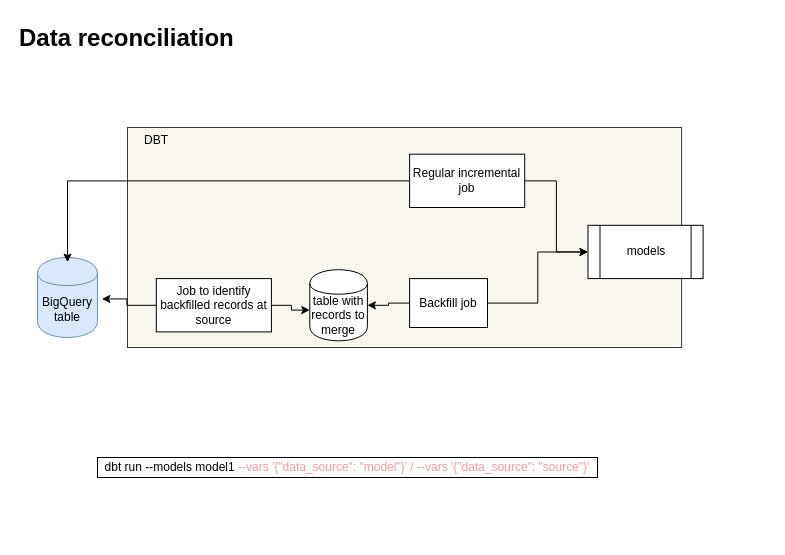
geoka/playground keeps this draw.io diagram as Data reconciliation.drawio. Above is the earlier version. Source tidied: cells renumbered, new cells numbered last; positions are measured from the earlier drawing's top-left corner, leaving out a move shared by most shapes. Both pictures are drawn from the tidied source at 100%, with x=0, y=0 at pixel (17, 17).
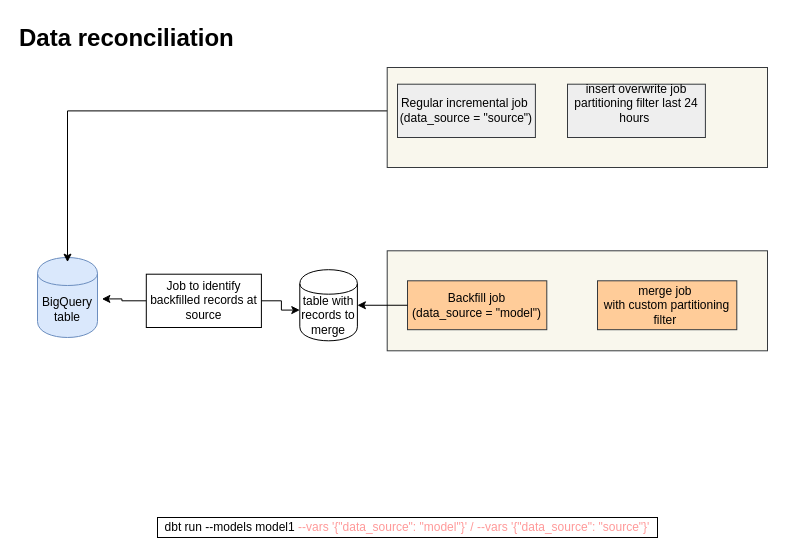
After the change.

Change to the diagram source:
```diff
@@
 <mxGraphModel>
   <root>
     <mxCell id="0" />
     <mxCell id="1" parent="0" />
-    <mxCell id="2" style="group;" parent="1" vertex="1">
-      <mxGeometry x="110" y="110" width="604.4" height="240" as="geometry" />
-    </mxCell>
+    <mxCell id="19" style="rounded=0;whiteSpace=wrap;html=1;fillColor=#f9f7ed;strokeColor=#36393d;" parent="1" vertex="1">
+      <mxGeometry x="369.7" y="233.3" width="380.3" height="100" as="geometry" />
+    </mxCell>
+    <mxCell id="14" value="&lt;h1 style=&quot;margin-top: 0px;&quot;&gt;Data reconciliation&amp;nbsp;&lt;/h1&gt;&lt;p&gt;&lt;br&gt;&lt;/p&gt;" style="text;html=1;whiteSpace=wrap;overflow=hidden;rounded=0;" parent="1" vertex="1">
+      <mxGeometry width="420" height="120" as="geometry" />
+    </mxCell>
+    <mxCell id="15" value="&lt;div&gt;dbt run --models model1&amp;nbsp;&lt;font style=&quot;color: rgb(255, 153, 153);&quot;&gt;--vars '{&quot;data_source&quot;: &quot;model&quot;}' /&amp;nbsp;&lt;/font&gt;&lt;font style=&quot;color: rgb(255, 153, 153);&quot;&gt;&lt;span style=&quot;background-color: transparent;&quot;&gt;--vars &lt;/span&gt;&lt;span style=&quot;background-color: transparent;&quot; class=&quot;hljs-string&quot;&gt;'{&quot;data_source&quot;: &quot;source&quot;}'&lt;/span&gt;&lt;/font&gt;&lt;/div&gt;" style="rounded=0;whiteSpace=wrap;html=1;" parent="1" vertex="1">
+      <mxGeometry x="140" y="500" width="500" height="20" as="geometry" />
+    </mxCell>
+    <mxCell id="16" value="BigQuery table" style="shape=cylinder;whiteSpace=wrap;html=1;boundedLbl=1;backgroundOutline=1;fillColor=#dae8fc;strokeColor=#6c8ebf;" parent="1" vertex="1">
+      <mxGeometry x="20" y="240" width="60" height="80" as="geometry" />
+    </mxCell>
+    <mxCell id="17" style="edgeStyle=orthogonalEdgeStyle;rounded=0;jettySize=auto;html=1;entryX=1.073;entryY=0.518;entryDx=0;entryDy=0;entryPerimeter=0;" parent="1" edge="1" source="9" target="16">
+      <mxGeometry relative="1" as="geometry" />
+    </mxCell>
+    <mxCell id="18" style="edgeStyle=orthogonalEdgeStyle;rounded=0;jettySize=auto;html=1;entryX=0.5;entryY=0.058;entryDx=0;entryDy=0;entryPerimeter=0;" parent="1" edge="1" source="8" target="16">
+      <mxGeometry relative="1" as="geometry" />
+    </mxCell>
-    <mxCell id="3" style="rounded=0;whiteSpace=wrap;html=1;fillColor=#f9f7ed;strokeColor=#36393d;" parent="2" vertex="1">
-      <mxGeometry width="554.1" height="220" as="geometry" />
+    <mxCell id="3" style="rounded=0;whiteSpace=wrap;html=1;fillColor=#f9f7ed;strokeColor=#36393d;" parent="1" vertex="1">
+      <mxGeometry x="369.7" y="50" width="380.3" height="100" as="geometry" />
     </mxCell>
-    <mxCell id="4" value="DBT" style="text;html=1;align=center;verticalAlign=middle;whiteSpace=wrap;rounded=0;" parent="2" vertex="1">
-      <mxGeometry width="57.6" height="26.7" as="geometry" />
-    </mxCell>
-    <mxCell id="5" style="edgeStyle=orthogonalEdgeStyle;rounded=0;jettySize=auto;html=1;entryX=0;entryY=0.5;entryDx=0;entryDy=0;" parent="2" edge="1" source="6" target="13">
-      <mxGeometry relative="1" as="geometry" />
-    </mxCell>
-    <mxCell id="6" value="Backfill job" style="rounded=0;whiteSpace=wrap;html=1;" parent="2" vertex="1">
-      <mxGeometry x="282.1" y="151.1" width="77.9" height="48.9" as="geometry" />
+    <mxCell id="6" value="Backfill job&lt;div&gt;(data_source = &quot;model&quot;)&lt;/div&gt;" style="rounded=0;whiteSpace=wrap;html=1;fillColor=#ffcc99;strokeColor=#36393d;" parent="1" vertex="1">
+      <mxGeometry x="390" y="263.3" width="139.3" height="48.9" as="geometry" />
     </mxCell>
-    <mxCell id="7" style="edgeStyle=orthogonalEdgeStyle;rounded=0;jettySize=auto;html=1;entryX=0;entryY=0.5;entryDx=0;entryDy=0;" parent="2" edge="1" source="8" target="13">
-      <mxGeometry relative="1" as="geometry" />
-    </mxCell>
-    <mxCell id="8" value="Regular incremental job" style="rounded=0;whiteSpace=wrap;html=1;" parent="2" vertex="1">
-      <mxGeometry x="282.1" y="26.7" width="115.1" height="53.3" as="geometry" />
+    <mxCell id="8" value="Regular incremental job&amp;nbsp;&lt;div&gt;(data_source = &quot;source&quot;)&lt;/div&gt;" style="rounded=0;whiteSpace=wrap;html=1;fillColor=#eeeeee;strokeColor=#36393d;" parent="1" vertex="1">
+      <mxGeometry x="380" y="66.7" width="137.9" height="53.3" as="geometry" />
     </mxCell>
-    <mxCell id="9" value="Job to identify backfilled records at source" style="rounded=0;whiteSpace=wrap;html=1;" parent="2" vertex="1">
-      <mxGeometry x="28.8" y="151.1" width="115.1" height="53.3" as="geometry" />
+    <mxCell id="9" value="Job to identify backfilled records at source" style="rounded=0;whiteSpace=wrap;html=1;" parent="1" vertex="1">
+      <mxGeometry x="128.8" y="256.7" width="115.1" height="53.3" as="geometry" />
     </mxCell>
-    <mxCell id="10" value="table with records to merge" style="shape=cylinder;whiteSpace=wrap;html=1;boundedLbl=1;backgroundOutline=1;" parent="2" vertex="1">
-      <mxGeometry x="182.3" y="142.2" width="57.6" height="71.1" as="geometry" />
+    <mxCell id="10" value="table with records to merge" style="shape=cylinder;whiteSpace=wrap;html=1;boundedLbl=1;backgroundOutline=1;" parent="1" vertex="1">
+      <mxGeometry x="282.3" y="252.2" width="57.6" height="71.1" as="geometry" />
     </mxCell>
-    <mxCell id="11" style="edgeStyle=orthogonalEdgeStyle;rounded=0;jettySize=auto;html=1;entryX=0;entryY=0.568;entryDx=0;entryDy=0;entryPerimeter=0;" parent="2" edge="1" source="9" target="10">
+    <mxCell id="11" style="edgeStyle=orthogonalEdgeStyle;rounded=0;jettySize=auto;html=1;entryX=0;entryY=0.568;entryDx=0;entryDy=0;entryPerimeter=0;" parent="1" edge="1" source="9" target="10">
       <mxGeometry relative="1" as="geometry" />
     </mxCell>
-    <mxCell id="12" style="edgeStyle=orthogonalEdgeStyle;rounded=0;jettySize=auto;html=1;" parent="2" edge="1" source="6" target="10">
+    <mxCell id="12" style="edgeStyle=orthogonalEdgeStyle;rounded=0;jettySize=auto;html=1;" parent="1" edge="1" source="6" target="10">
       <mxGeometry relative="1" as="geometry" />
     </mxCell>
-    <mxCell id="13" value="models" style="shape=process;whiteSpace=wrap;html=1;backgroundOutline=1;" parent="2" vertex="1">
-      <mxGeometry x="460.5" y="97.8" width="115.1" height="53.3" as="geometry" />
-    </mxCell>
-    <mxCell id="14" value="&lt;h1 style=&quot;margin-top: 0px;&quot;&gt;Data reconciliation&amp;nbsp;&lt;/h1&gt;&lt;p&gt;&lt;br&gt;&lt;/p&gt;" style="text;html=1;whiteSpace=wrap;overflow=hidden;rounded=0;" parent="1" vertex="1">
-      <mxGeometry width="420" height="120" as="geometry" />
-    </mxCell>
-    <mxCell id="15" value="&lt;div&gt;dbt run --models model1&amp;nbsp;&lt;font style=&quot;color: rgb(255, 153, 153);&quot;&gt;--vars '{&quot;data_source&quot;: &quot;model&quot;}' /&amp;nbsp;&lt;/font&gt;&lt;font style=&quot;color: rgb(255, 153, 153);&quot;&gt;&lt;span style=&quot;background-color: transparent;&quot;&gt;--vars &lt;/span&gt;&lt;span style=&quot;background-color: transparent;&quot; class=&quot;hljs-string&quot;&gt;'{&quot;data_source&quot;: &quot;source&quot;}'&lt;/span&gt;&lt;/font&gt;&lt;/div&gt;" style="rounded=0;whiteSpace=wrap;html=1;" parent="1" vertex="1">
-      <mxGeometry x="80" y="440" width="500" height="20" as="geometry" />
-    </mxCell>
-    <mxCell id="16" value="BigQuery table" style="shape=cylinder;whiteSpace=wrap;html=1;boundedLbl=1;backgroundOutline=1;fillColor=#dae8fc;strokeColor=#6c8ebf;" parent="1" vertex="1">
-      <mxGeometry x="20" y="240" width="60" height="80" as="geometry" />
-    </mxCell>
-    <mxCell id="17" style="edgeStyle=orthogonalEdgeStyle;rounded=0;jettySize=auto;html=1;entryX=1.073;entryY=0.518;entryDx=0;entryDy=0;entryPerimeter=0;" parent="1" edge="1" source="9" target="16">
-      <mxGeometry relative="1" as="geometry" />
-    </mxCell>
-    <mxCell id="18" style="edgeStyle=orthogonalEdgeStyle;rounded=0;jettySize=auto;html=1;entryX=0.5;entryY=0.058;entryDx=0;entryDy=0;entryPerimeter=0;" parent="1" edge="1" source="8" target="16">
-      <mxGeometry relative="1" as="geometry" />
-    </mxCell>
+    <mxCell id="20" value="insert overwrite job&lt;div&gt;partitioning filter last 24 hours&amp;nbsp;&lt;div&gt;&lt;br&gt;&lt;/div&gt;&lt;/div&gt;" style="rounded=0;whiteSpace=wrap;html=1;fillColor=#eeeeee;strokeColor=#36393d;" parent="1" vertex="1">
+      <mxGeometry x="550" y="66.7" width="137.9" height="53.3" as="geometry" />
+    </mxCell>
+    <mxCell id="21" value="merge job&amp;nbsp;&lt;div&gt;&lt;span style=&quot;background-color: transparent; color: light-dark(rgb(0, 0, 0), rgb(255, 255, 255));&quot;&gt;with custom partitioning filter&amp;nbsp;&lt;/span&gt;&lt;/div&gt;" style="rounded=0;whiteSpace=wrap;html=1;fillColor=#ffcc99;strokeColor=#36393d;" parent="1" vertex="1">
+      <mxGeometry x="580" y="263.3" width="139.3" height="48.9" as="geometry" />
+    </mxCell>
   </root>
 </mxGraphModel>
```
